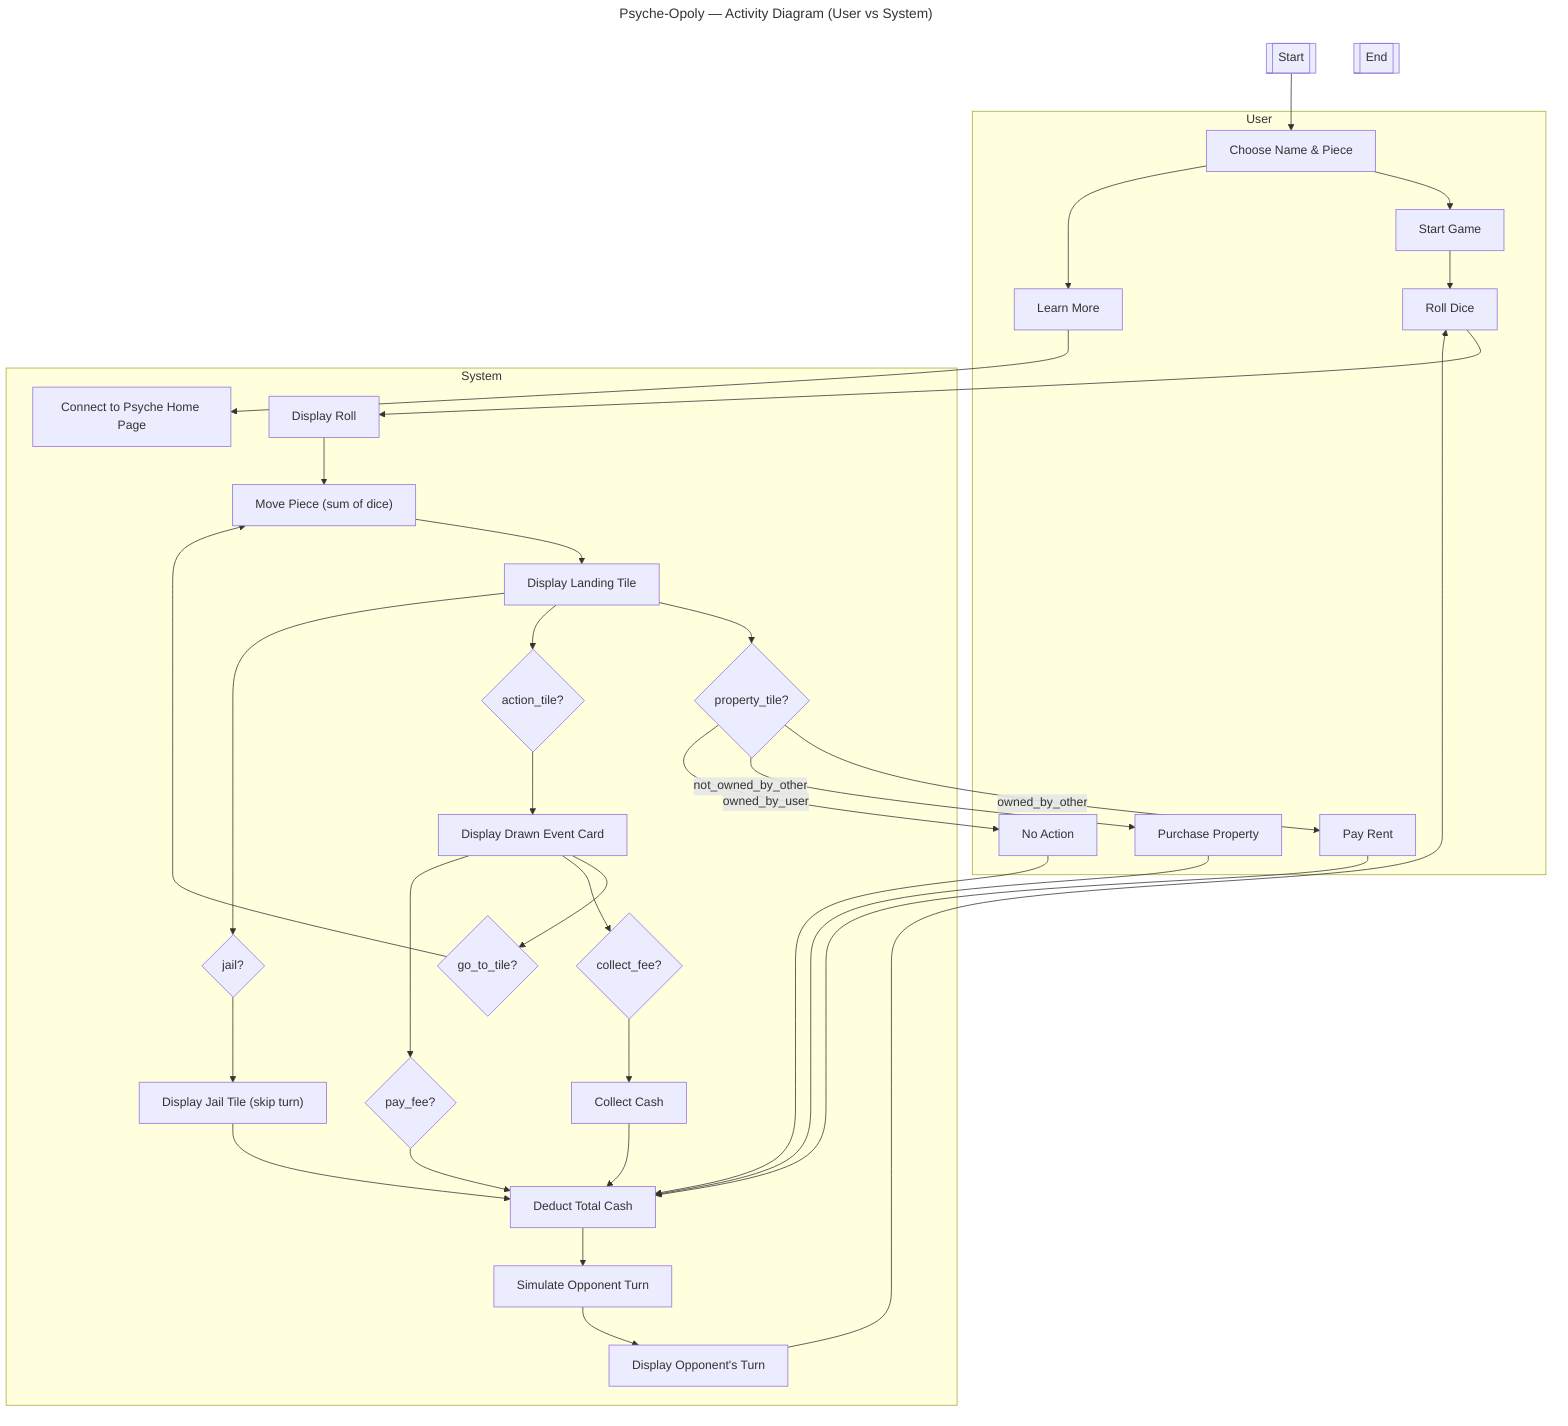
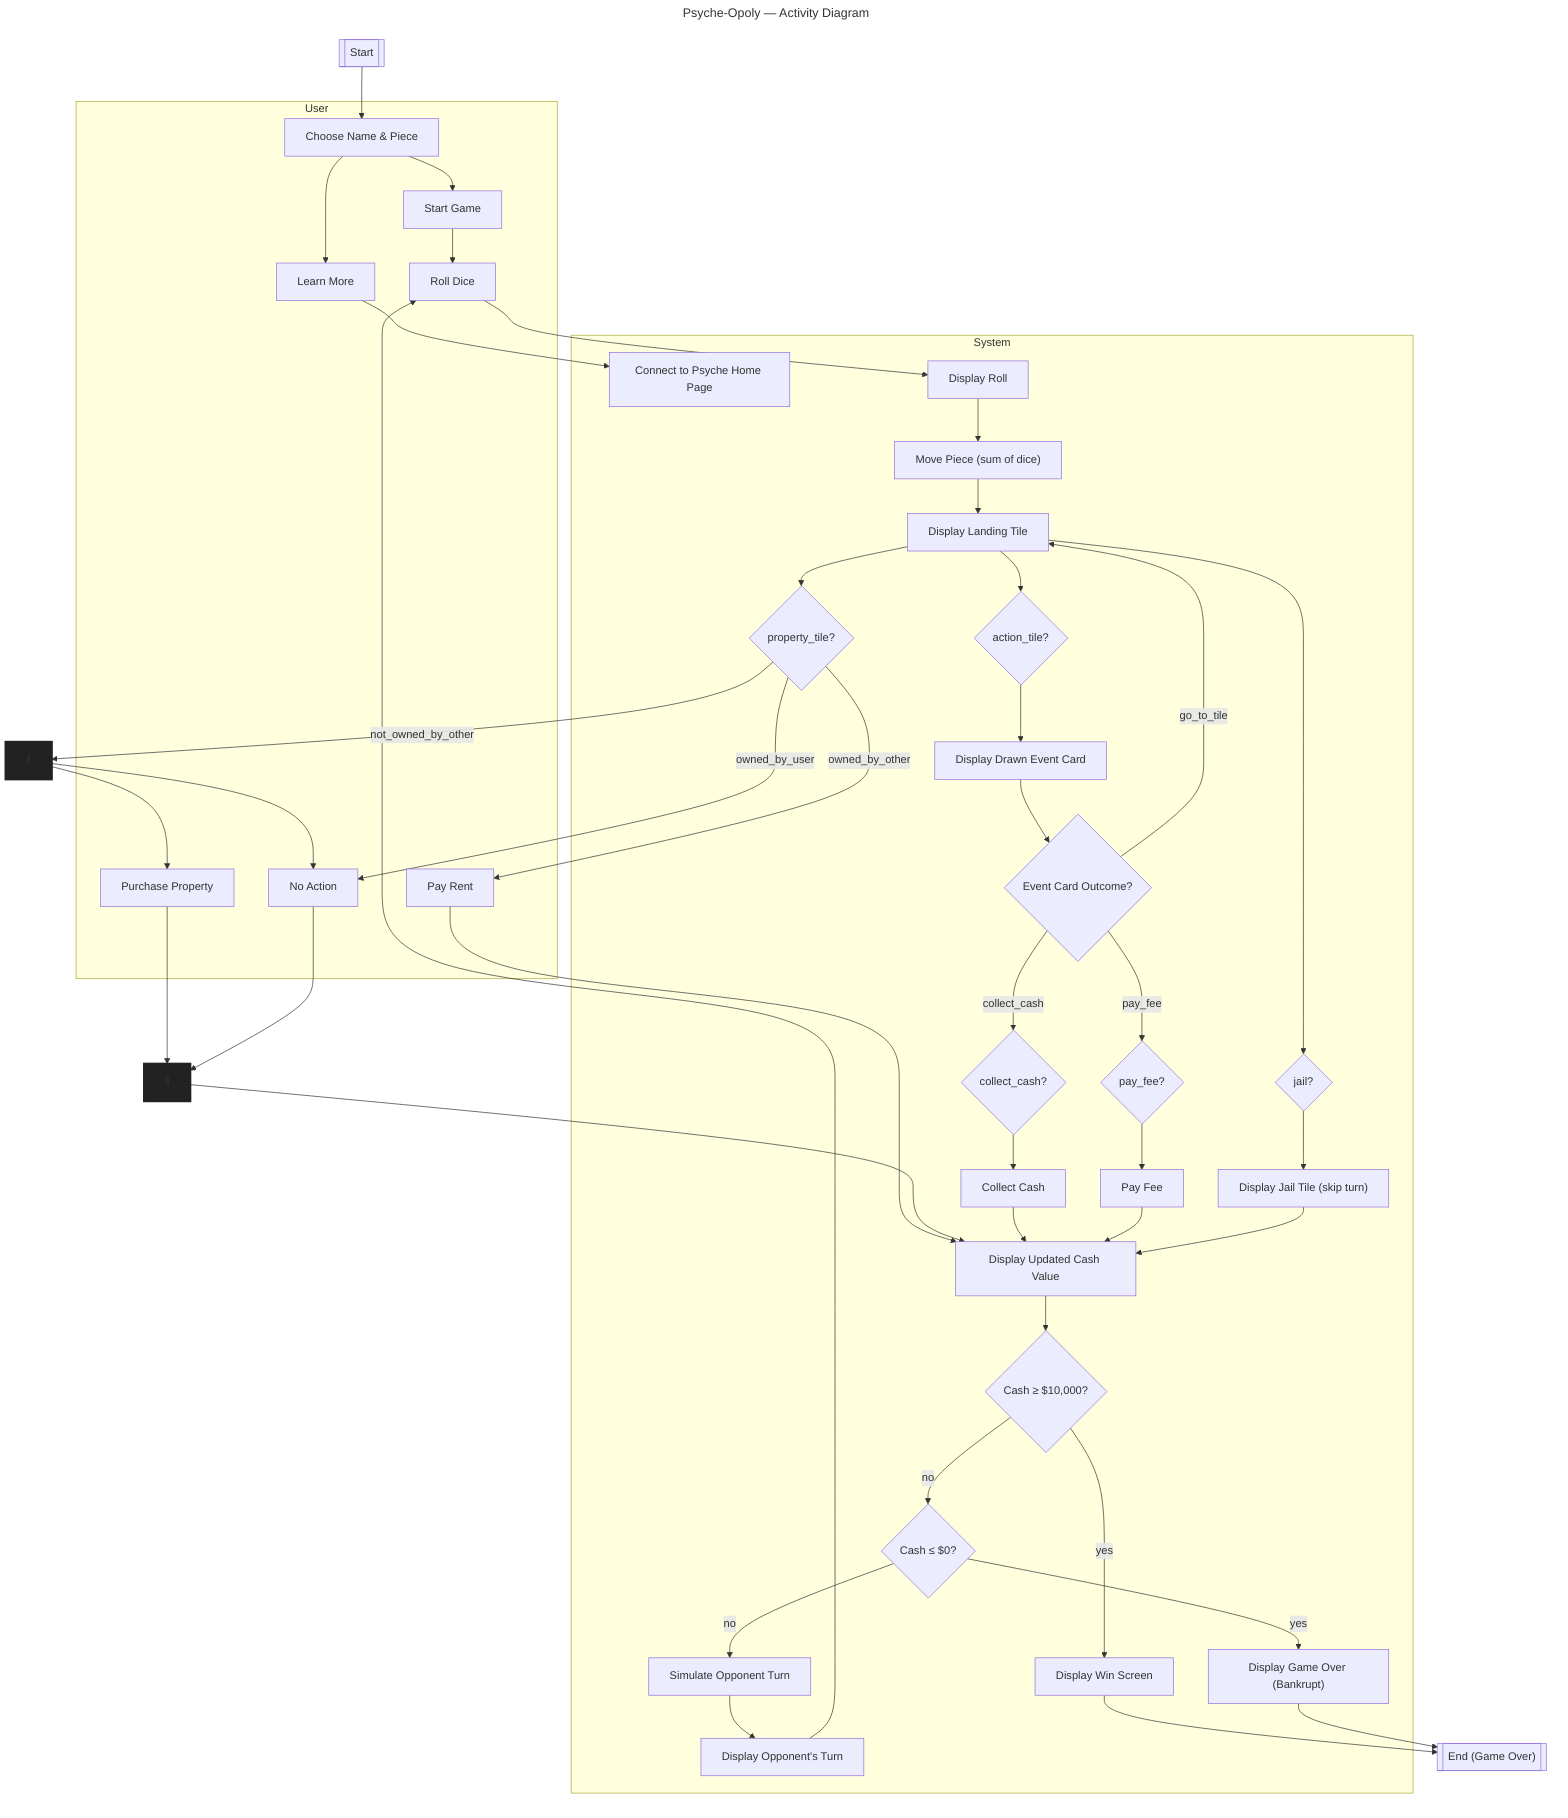
---
config:
  layout: dagre
- title: Psyche-Opoly — Activity Diagram (User vs System)
+ title: Psyche-Opoly — Activity Diagram
---
flowchart TD
 subgraph L1["User"]
        U_Choose["Choose Name & Piece"]
        U_Start["Start Game"]
        U_Learn["Learn More"]
        U_Roll["Roll Dice"]
        U_PayRent["Pay Rent"]
        U_Purchase["Purchase Property"]
        U_NoAction["No Action"]
  end
 subgraph L2["System"]
        S_Connect["Connect to Psyche Home Page"]
+         S_DisplayRoll["Display Roll"]
        S_Move["Move Piece (sum of dice)"]
        S_DisplayTile["Display Landing Tile"]
-         S_DisplayRoll["Display Roll"]
        G_Property{"property_tile?"}
        G_Action{"action_tile?"}
        G_Jail{"jail?"}
        S_Event["Display Drawn Event Card"]
-         G_GoTo{"go_to_tile?"}
-         G_Collect{"collect_fee?"}
+         G_EventOption{"Event Card Outcome?"}
+         G_Collect{"collect_cash?"}
        G_Pay{"pay_fee?"}
        S_Jail["Display Jail Tile (skip turn)"]
        S_Collect["Collect Cash"]
-         S_Deduct["Deduct Total Cash"]
+         S_Pay["Pay Fee"]
+         S_Cash["Display Updated Cash Value"]
+         S_WinCheck{"Cash ≥ $10,000?"}
+         S_LoseCheck{"Cash ≤ $0?"}
+         S_Win["Display Win Screen"]
+         S_Lose["Display Game Over (Bankrupt)"]
        S_SimOpp["Simulate Opponent Turn"]
        S_ShowOpp@{ label: "Display Opponent's Turn" }
  end
+ 
+     %% divided everything into sub-groups for logic
+     %%this is the initial start flow
    START[["Start"]] --> U_Choose
    U_Choose --> U_Start & U_Learn
    U_Learn --> S_Connect
    U_Start --> U_Roll
    U_Roll --> S_DisplayRoll
    S_DisplayRoll --> S_Move
    S_Move --> S_DisplayTile
    S_DisplayTile --> G_Property & G_Action & G_Jail
+ 
+     %%property tile logic
    G_Property -- owned_by_other --> U_PayRent
-     G_Property -- not_owned_by_other --> U_Purchase
    G_Property -- owned_by_user --> U_NoAction
-     U_PayRent --> S_Deduct
-     U_Purchase --> S_Deduct
-     U_NoAction --> S_Deduct
+     G_Property -- not_owned_by_other --> F1["‖"]
+     F1 --> U_Purchase & U_NoAction
+     U_Purchase --> J1["‖"]
+     U_NoAction --> J1
+     U_PayRent --> S_Cash
+     J1 --> S_Cash
+ 
+     %%action tiles
    G_Action --> S_Event
-     S_Event --> G_GoTo & G_Collect & G_Pay
-     G_Collect --> S_Collect
-     S_Collect --> S_Deduct
-     G_Pay --> S_Deduct
-     G_GoTo --> S_Move
+     S_Event --> G_EventOption
+ 
+     %%event card options
+     G_EventOption -- go_to_tile --> S_DisplayTile
+     G_EventOption -- collect_cash --> G_Collect
+     G_EventOption -- pay_fee --> G_Pay
+ 
+     %%follow up flow to event cards
+     G_Collect --> S_Collect --> S_Cash
+     G_Pay -->  S_Pay --> S_Cash
+ 
+     %% jail
    G_Jail --> S_Jail
-     S_Jail --> S_Deduct
-     S_Deduct --> S_SimOpp
+     S_Jail --> S_Cash
+ 
+     %%win/loss logic; this is just a placeholder at the moment
+     S_Cash --> S_WinCheck
+     S_WinCheck -- yes --> S_Win
+     S_WinCheck -- no --> S_LoseCheck
+     S_LoseCheck -- yes --> S_Lose
+     S_LoseCheck -- no --> S_SimOpp
+ 
+     %% opponent logic; this will loop for however many actual players there are
    S_SimOpp --> S_ShowOpp
    S_ShowOpp --> U_Roll
-     S_End[["End"]]
+ 
+     %%win/loss STATES
+     S_Win --> END[["End (Game Over)"]]
+     S_Lose --> END
    S_ShowOpp@{ shape: rect}
+ 
+     %%stle edits
+     F1:::fork
+     J1:::join
+     classDef fork fill:#222,stroke:#222,stroke-width:3px
+     classDef join fill:#222,stroke:#222,stroke-width:3px
